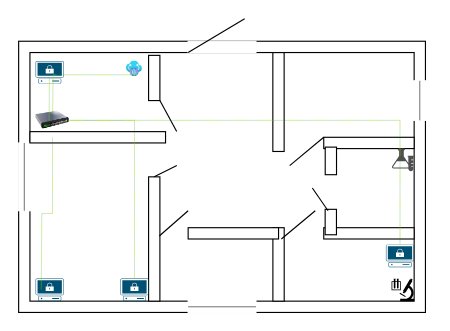
Earlier version of the draw.io diagram kssd.drawio (Punkoivan/linkedin). Source tidied: cells renumbered, new cells numbered last; positions are measured from the earlier drawing's top-left corner, leaving out a move shared by most shapes. Both pictures are drawn from the tidied source at 113%, with x=0, y=0 at pixel (-5, 18). Pictures stored in the file or linked from it are replaced by grey dashed boxes.
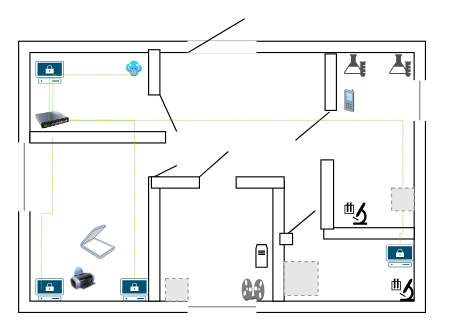
The same page after the edit.

Unchanged cells that the change refers to:
```xml
<mxCell id="3" style="rounded=0;whiteSpace=wrap;html=1;" parent="1" vertex="1">
  <mxGeometry x="30" y="30" width="340" height="220" as="geometry" />
</mxCell>
<mxCell id="10" style="rounded=0;whiteSpace=wrap;html=1;rotation=90;" parent="1" vertex="1">
  <mxGeometry x="85" y="190" width="110" height="10" as="geometry" />
</mxCell>
<mxCell id="25" style="points=[[0.02,0.015,0],[0.5,0,0],[0.98,0.015,0],[1,0.38,0],[0.895,0.98,0],[0.5,1,0],[0.105,0.98,0],[0,0.38,0]];verticalLabelPosition=bottom;sketch=0;html=1;verticalAlign=top;align=center;shape=mxgraph.cisco19.secure_endpoint_pc;fillColor=#005073;strokeColor=none;" parent="1" vertex="1">
  <mxGeometry x="345" y="200" width="25" height="20" as="geometry" />
</mxCell>
<mxCell id="35" style="image;html=1;image=img/lib/clip_art/networking/Switch_128x128.png;" parent="1" vertex="1">
  <mxGeometry x="35" y="75" width="30" height="30" as="geometry" />
</mxCell>
```

What changed in the source:
```diff
@@
     <mxCell id="11" style="rounded=0;whiteSpace=wrap;html=1;rotation=90;" parent="1" vertex="1">
-      <mxGeometry x="217.5" y="212.5" width="65" height="10" as="geometry" />
+      <mxGeometry x="196.9" y="191.9" width="106.2" height="10" as="geometry" />
     </mxCell>
@@
     <mxCell id="13" style="rounded=0;whiteSpace=wrap;html=1;rotation=90;" parent="1" vertex="1">
-      <mxGeometry x="206.2" y="68.8" width="87.5" height="10" as="geometry" />
+      <mxGeometry x="271.2" y="51.2" width="50" height="10" as="geometry" />
     </mxCell>
-    <mxCell id="14" style="rounded=0;whiteSpace=wrap;html=1;" parent="1" vertex="1">
-      <mxGeometry x="290" y="105" width="80" height="10" as="geometry" />
-    </mxCell>
@@
     <mxCell id="18" style="rounded=0;whiteSpace=wrap;html=1;rotation=90;" parent="1" vertex="1">
-      <mxGeometry x="120" y="47.5" width="40" height="10" as="geometry" />
+      <mxGeometry x="120" y="42.5" width="40" height="10" as="geometry" />
     </mxCell>
@@
-    <mxCell id="21" style="endArrow=none;html=1;rounded=0;entryX=1;entryY=0;entryDx=0;entryDy=0;exitX=0.676;exitY=0.455;exitDx=0;exitDy=0;exitPerimeter=0;" parent="1" edge="1" source="3">
+    <mxCell id="21" style="endArrow=none;html=1;rounded=0;entryX=1;entryY=0;entryDx=0;entryDy=0;exitX=0.676;exitY=0.455;exitDx=0;exitDy=0;exitPerimeter=0;" parent="1" edge="1">
       <mxGeometry relative="1" as="geometry">
-        <mxPoint x="290" y="105" as="targetPoint" />
+        <mxPoint x="265" y="107.6" as="sourcePoint" />
+        <mxPoint x="295.2" y="82.5" as="targetPoint" />
       </mxGeometry>
     </mxCell>
@@
     <mxCell id="23" style="rounded=0;whiteSpace=wrap;html=1;" parent="1" vertex="1">
-      <mxGeometry x="170" y="185" width="80" height="10" as="geometry" />
+      <mxGeometry x="137.5" y="140" width="42.5" height="10" as="geometry" />
     </mxCell>
-    <mxCell id="24" style="endArrow=none;html=1;rounded=0;entryX=1;entryY=0;entryDx=0;entryDy=0;exitX=0.476;exitY=0.053;exitDx=0;exitDy=0;exitPerimeter=0;" parent="1" edge="1" source="10">
+    <mxCell id="24" style="endArrow=none;html=1;rounded=0;entryX=1;entryY=0;entryDx=0;entryDy=0;exitX=0.476;exitY=0.053;exitDx=0;exitDy=0;exitPerimeter=0;" parent="1" edge="1">
       <mxGeometry relative="1" as="geometry">
-        <mxPoint x="170" y="170" as="targetPoint" />
+        <mxPoint x="180" y="140" as="sourcePoint" />
+        <mxPoint x="205.5" y="117.6" as="targetPoint" />
       </mxGeometry>
     </mxCell>
@@
     <mxCell id="30" style="sketch=0;shadow=0;dashed=0;html=1;strokeColor=none;fillColor=#505050;labelPosition=center;verticalLabelPosition=bottom;verticalAlign=top;align=center;shape=mxgraph.office.concepts.lab;" parent="1" vertex="1">
-      <mxGeometry x="350" y="115" width="20" height="20" as="geometry" />
+      <mxGeometry x="347.5" y="31.5" width="20" height="20" as="geometry" />
     </mxCell>
     <mxCell id="31" style="rounded=0;whiteSpace=wrap;html=1;rotation=90;" parent="1" vertex="1">
-      <mxGeometry x="285" y="175" width="22.5" height="10" as="geometry" />
+      <mxGeometry x="262.5" y="150" width="61.2" height="11.2" as="geometry" />
     </mxCell>
-    <mxCell id="32" style="rounded=0;whiteSpace=wrap;html=1;rotation=90;" parent="1" vertex="1">
-      <mxGeometry x="284.1" y="120.9" width="24.4" height="10" as="geometry" />
-    </mxCell>
-    <mxCell id="33" style="endArrow=none;html=1;rounded=0;entryX=0.735;entryY=0.545;entryDx=0;entryDy=0;entryPerimeter=0;" parent="1" edge="1" target="3">
-      <mxGeometry relative="1" as="geometry">
-        <mxPoint x="293.8" y="170" as="sourcePoint" />
-      </mxGeometry>
-    </mxCell>
-    <mxCell id="34" style="shape=wire;edgeStyle=orthogonalEdgeStyle;jettySize=auto;html=1;sourcePerimeterSpacing=0;targetPerimeterSpacing=0;endArrow=none;curved=0;rounded=0;strokeColor=#009900;dashed=1;fillColor=#ffff00;dashPattern=12 12;fixDash=1;startSize=6;endSize=6;strokeWidth=0.2;" parent="1" edge="1" source="35" target="25">
+    <mxCell id="34" style="shape=wire;edgeStyle=orthogonalEdgeStyle;jettySize=auto;html=1;sourcePerimeterSpacing=0;targetPerimeterSpacing=0;endArrow=none;curved=0;rounded=0;strokeColor=#009900;dashed=1;fillColor=#ffff00;dashPattern=12 12;fixDash=1;startSize=6;endSize=6;strokeWidth=0.2;" parent="1" edge="1" source="48" target="25">
       <mxGeometry relative="1" as="geometry" />
     </mxCell>
@@
+    <mxCell id="41" style="image;html=1;image=img/lib/clip_art/computers/Printer_128x128.png;" parent="1" vertex="1">
+      <mxGeometry x="65" y="220" width="25" height="20" as="geometry" />
+    </mxCell>
+    <mxCell id="42" style="fontColor=#0066CC;verticalAlign=top;verticalLabelPosition=bottom;labelPosition=center;align=center;html=1;fillColor=#CCCCCC;strokeColor=#6881B3;gradientColor=none;gradientDirection=north;strokeWidth=2;shape=mxgraph.networks.scanner;" parent="1" vertex="1">
+      <mxGeometry x="75" y="182.5" width="30" height="30" as="geometry" />
+    </mxCell>
+    <mxCell id="43" style="fillColor=#E6E6E6;strokeColor=#999999;dashed=1;html=1;verticalAlign=top;verticalLabelPosition=bottom;labelBackgroundColor=#ffffff;" parent="1" vertex="1">
+      <mxGeometry x="150" y="230" width="20" height="20" as="geometry" />
+    </mxCell>
+    <mxCell id="44" style="dashed=0;verticalLabelPosition=bottom;verticalAlign=top;align=center;html=1;shape=mxgraph.aws3.tape_storage;fillColor=#7D7C7C;gradientColor=none;" parent="1" vertex="1">
+      <mxGeometry x="217.5" y="230" width="20" height="20" as="geometry" />
+    </mxCell>
+    <mxCell id="45" style="fillColor=#E6E6E6;strokeColor=#999999;dashed=1;html=1;verticalAlign=top;verticalLabelPosition=bottom;labelBackgroundColor=#ffffff;" parent="1" vertex="1">
+      <mxGeometry x="255" y="215" width="30" height="30" as="geometry" />
+    </mxCell>
+    <mxCell id="46" style="shape=mxgraph.pid.driers.drying_oven,_drying_chamber,_shelf_dryer;html=1;align=center;verticalLabelPosition=bottom;verticalAlign=top;dashed=0;" parent="1" vertex="1">
+      <mxGeometry x="230" y="200" width="10" height="20" as="geometry" />
+    </mxCell>
+    <mxCell id="47" style="shape=wire;edgeStyle=orthogonalEdgeStyle;jettySize=auto;html=1;sourcePerimeterSpacing=0;targetPerimeterSpacing=0;endArrow=none;curved=0;rounded=0;strokeColor=#009900;dashed=1;fillColor=#ffff00;dashPattern=12 12;fixDash=1;startSize=6;endSize=6;strokeWidth=0.2;" parent="1" edge="1" source="35" target="48">
+      <mxGeometry relative="1" as="geometry" />
+    </mxCell>
+    <mxCell id="48" style="fillColor=#E6E6E6;strokeColor=#999999;dashed=1;html=1;verticalAlign=top;verticalLabelPosition=bottom;labelBackgroundColor=#ffffff;" parent="1" vertex="1">
+      <mxGeometry x="350" y="150" width="20" height="20" as="geometry" />
+    </mxCell>
+    <mxCell id="49" style="sketch=0;shadow=0;dashed=0;html=1;strokeColor=none;fillColor=#505050;labelPosition=center;verticalLabelPosition=bottom;verticalAlign=top;align=center;shape=mxgraph.office.concepts.lab;" parent="1" vertex="1">
+      <mxGeometry x="307.5" y="31.5" width="20" height="20" as="geometry" />
+    </mxCell>
+    <mxCell id="50" style="shape=mxgraph.signs.science.laboratory;html=1;fillColor=#000000;strokeColor=none;verticalLabelPosition=bottom;verticalAlign=top;align=center;" parent="1" vertex="1">
+      <mxGeometry x="308.4" y="162.5" width="20" height="20" as="geometry" />
+    </mxCell>
+    <mxCell id="51" style="verticalLabelPosition=bottom;sketch=0;html=1;verticalAlign=top;strokeColor=none;align=center;shape=mxgraph.citrix.cell_phone;" parent="1" vertex="1">
+      <mxGeometry x="308.4" y="62.5" width="8.3" height="20" as="geometry" />
+    </mxCell>
+    <mxCell id="52" style="rounded=0;whiteSpace=wrap;html=1;" parent="1" vertex="1">
+      <mxGeometry x="212.5" y="140" width="42.5" height="10" as="geometry" />
+    </mxCell>
+    <mxCell id="53" style="rounded=0;whiteSpace=wrap;html=1;" parent="1" vertex="1">
+      <mxGeometry x="251.2" y="190" width="11.2" height="10" as="geometry" />
+    </mxCell>
```
